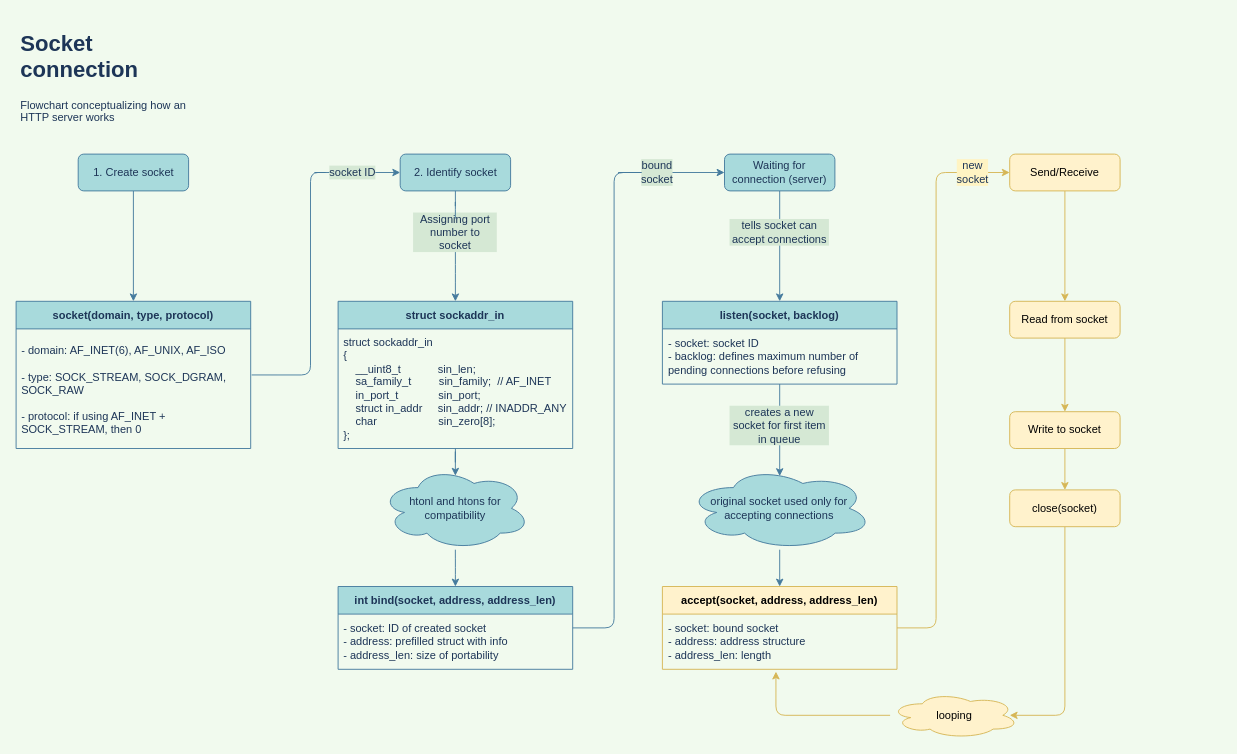
Above: 19_webserv/charts/socket_connection.drawio in nicolasgasco/42_cursus (draw.io), before the change. Source tidied: cells renumbered, new cells numbered last; positions are measured from the earlier drawing's top-left corner, leaving out a move shared by most shapes. Both pictures are drawn from the tidied source at 92%, with x=0, y=0 at pixel (16, 25).
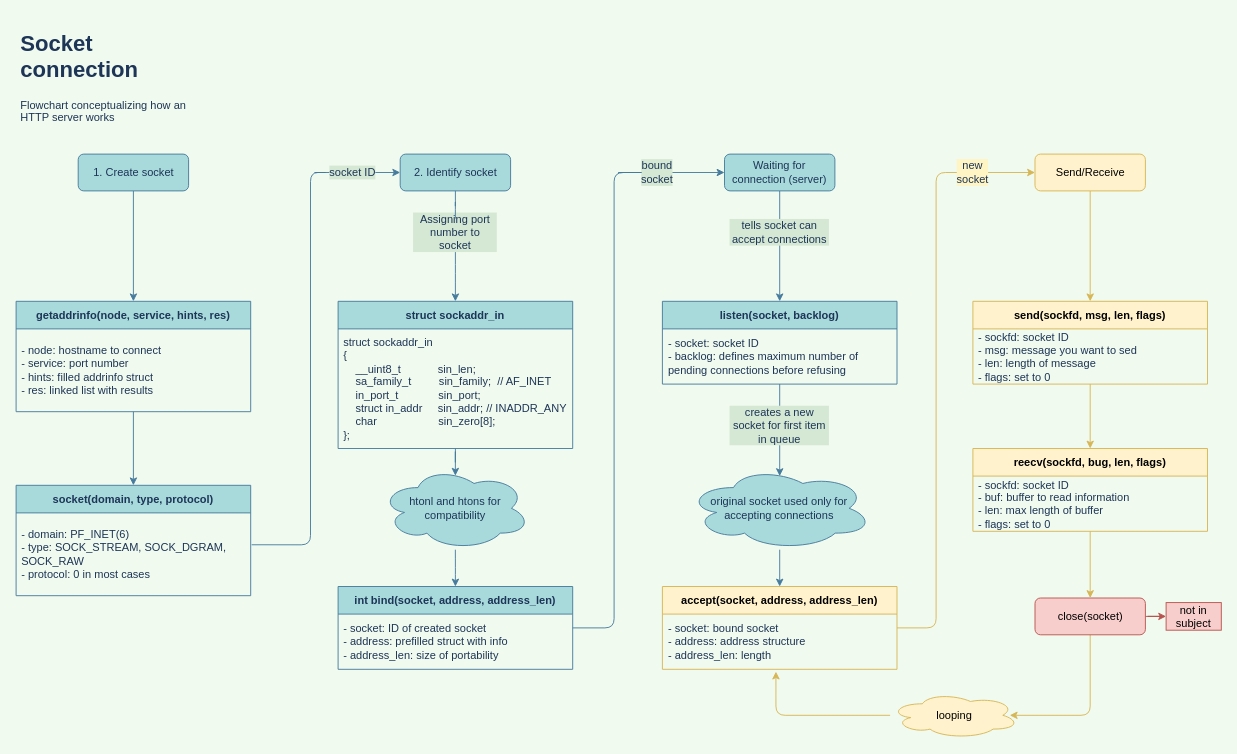
The same diagram, later.

The change refers to these unchanged cells:
```xml
<mxCell id="4" value="1. Create socket" style="rounded=1;whiteSpace=wrap;html=1;fontSize=12;glass=0;strokeWidth=1;shadow=0;fillColor=#A8DADC;strokeColor=#457B9D;fontColor=#1D3557;" parent="1" vertex="1">
  <mxGeometry x="67.5" y="140" width="120" height="40" as="geometry" />
</mxCell>
<mxCell id="39" value="socket ID" style="text;html=1;strokeColor=none;fillColor=none;align=center;verticalAlign=middle;whiteSpace=wrap;rounded=0;sketch=0;fontColor=#1D3557;labelBackgroundColor=#D5E8D4;" parent="1" vertex="1">
  <mxGeometry x="336.2" y="145" width="60" height="30" as="geometry" />
</mxCell>
<mxCell id="47" value="looping" style="ellipse;shape=cloud;whiteSpace=wrap;html=1;rounded=0;sketch=0;strokeColor=#d6b656;fillColor=#fff2cc;" parent="1" vertex="1">
  <mxGeometry x="950" y="725" width="140" height="50" as="geometry" />
</mxCell>
```

The edit, as a diff of the source:
```diff
@@
-    <mxCell id="3" style="edgeStyle=orthogonalEdgeStyle;curved=0;rounded=1;sketch=0;jettySize=auto;html=1;fontColor=#1D3557;strokeColor=#457B9D;fillColor=#A8DADC;" parent="1" edge="1" source="4" target="14">
-      <mxGeometry relative="1" as="geometry" />
-    </mxCell>
+    <mxCell id="48" style="edgeStyle=orthogonalEdgeStyle;rounded=0;jettySize=auto;html=1;entryX=0.5;entryY=0;entryDx=0;entryDy=0;strokeColor=#457B9D;" parent="1" edge="1" source="4" target="59">
+      <mxGeometry relative="1" as="geometry" />
+    </mxCell>
@@
-    <mxCell id="9" style="edgeStyle=orthogonalEdgeStyle;curved=0;rounded=1;sketch=0;jettySize=auto;html=1;entryX=0.5;entryY=0;entryDx=0;entryDy=0;fontColor=#1D3557;strokeColor=#d6b656;fillColor=#fff2cc;" parent="1" edge="1" source="10" target="43">
-      <mxGeometry relative="1" as="geometry" />
-    </mxCell>
+    <mxCell id="49" style="edgeStyle=orthogonalEdgeStyle;rounded=0;jettySize=auto;html=1;fillColor=#fff2cc;strokeColor=#d6b656;" parent="1" edge="1" source="10" target="55">
+      <mxGeometry relative="1" as="geometry" />
+    </mxCell>
     <mxCell id="10" value="Send/Receive" style="rounded=1;whiteSpace=wrap;html=1;fontSize=12;glass=0;strokeWidth=1;shadow=0;fillColor=#fff2cc;strokeColor=#d6b656;" parent="1" vertex="1">
-      <mxGeometry x="1080" y="140" width="120" height="40" as="geometry" />
+      <mxGeometry x="1107.5" y="140" width="120" height="40" as="geometry" />
     </mxCell>
     <mxCell id="11" style="edgeStyle=orthogonalEdgeStyle;curved=0;rounded=1;sketch=0;jettySize=auto;html=1;entryX=0.929;entryY=0.5;entryDx=0;entryDy=0;entryPerimeter=0;fontColor=#000000;strokeColor=#d6b656;fillColor=#fff2cc;" parent="1" edge="1" source="12" target="47">
       <mxGeometry relative="1" as="geometry">
         <Array as="points">
-          <mxPoint x="1140" y="750" />
+          <mxPoint x="1168" y="750" />
         </Array>
       </mxGeometry>
     </mxCell>
+    <mxCell id="50" style="edgeStyle=orthogonalEdgeStyle;rounded=0;jettySize=auto;html=1;entryX=0;entryY=0.5;entryDx=0;entryDy=0;fillColor=#f8cecc;strokeColor=#b85450;" parent="1" edge="1" source="12" target="57">
+      <mxGeometry relative="1" as="geometry" />
+    </mxCell>
-    <mxCell id="12" value="close(socket)" style="rounded=1;whiteSpace=wrap;html=1;fontSize=12;glass=0;strokeWidth=1;shadow=0;fillColor=#fff2cc;strokeColor=#d6b656;" parent="1" vertex="1">
-      <mxGeometry x="1080" y="505" width="120" height="40" as="geometry" />
+    <mxCell id="12" value="close(socket)" style="rounded=1;whiteSpace=wrap;html=1;fontSize=12;glass=0;strokeWidth=1;shadow=0;fillColor=#f8cecc;strokeColor=#b85450;" parent="1" vertex="1">
+      <mxGeometry x="1107.5" y="622.5" width="120" height="40" as="geometry" />
     </mxCell>
@@
     <mxCell id="14" value="socket(domain, type, protocol)" style="swimlane;fontStyle=1;horizontal=1;startSize=30;rounded=0;sketch=0;fontColor=#1D3557;strokeColor=#457B9D;fillColor=#A8DADC;" parent="1" vertex="1">
-      <mxGeometry y="300" width="255" height="160" as="geometry" />
+      <mxGeometry y="500" width="255" height="120" as="geometry" />
     </mxCell>
-    <mxCell id="15" value="&#10;- domain: AF_INET(6), AF_UNIX, AF_ISO&#10;&#10;- type: SOCK_STREAM, SOCK_DGRAM, SOCK_RAW&#10;&#10;- protocol: if using AF_INET + SOCK_STREAM, then 0&#10;" style="text;strokeColor=none;fillColor=none;align=left;verticalAlign=middle;spacingLeft=4;spacingRight=4;overflow=hidden;points=[[0,0.5],[1,0.5]];portConstraint=eastwest;rounded=0;sketch=0;fontColor=#1D3557;fontStyle=0;whiteSpace=wrap;" parent="14" vertex="1">
-      <mxGeometry y="30" width="255" height="130" as="geometry" />
+    <mxCell id="15" value="&#10;- domain: PF_INET(6)&#10;- type: SOCK_STREAM, SOCK_DGRAM, SOCK_RAW&#10;- protocol: 0 in most cases&#10;" style="text;strokeColor=none;fillColor=none;align=left;verticalAlign=middle;spacingLeft=4;spacingRight=4;overflow=hidden;points=[[0,0.5],[1,0.5]];portConstraint=eastwest;rounded=0;sketch=0;fontColor=#1D3557;fontStyle=0;whiteSpace=wrap;" parent="14" vertex="1">
+      <mxGeometry y="30" width="255" height="90" as="geometry" />
     </mxCell>
@@
     <mxCell id="40" style="edgeStyle=orthogonalEdgeStyle;curved=0;rounded=1;sketch=0;jettySize=auto;html=1;entryX=0;entryY=0.5;entryDx=0;entryDy=0;fontColor=#1D3557;strokeColor=#457B9D;fillColor=#A8DADC;startArrow=none;endArrow=none;exitX=1.004;exitY=0.385;exitDx=0;exitDy=0;exitPerimeter=0;" parent="1" edge="1" source="15" target="39">
       <mxGeometry relative="1" as="geometry">
         <Array as="points">
-          <mxPoint x="320" y="380" />
+          <mxPoint x="320" y="565" />
           <mxPoint x="320" y="160" />
         </Array>
       </mxGeometry>
     </mxCell>
@@
-    <mxCell id="42" style="edgeStyle=orthogonalEdgeStyle;curved=0;rounded=1;sketch=0;jettySize=auto;html=1;entryX=0.5;entryY=0;entryDx=0;entryDy=0;fontColor=#1D3557;strokeColor=#d6b656;fillColor=#fff2cc;" parent="1" edge="1" source="43" target="45">
-      <mxGeometry relative="1" as="geometry" />
-    </mxCell>
-    <mxCell id="43" value="Read from socket" style="rounded=1;whiteSpace=wrap;html=1;fontSize=12;glass=0;strokeWidth=1;shadow=0;fillColor=#fff2cc;strokeColor=#d6b656;" parent="1" vertex="1">
-      <mxGeometry x="1080" y="300" width="120" height="40" as="geometry" />
-    </mxCell>
-    <mxCell id="44" style="edgeStyle=orthogonalEdgeStyle;curved=0;rounded=1;sketch=0;jettySize=auto;html=1;entryX=0.5;entryY=0;entryDx=0;entryDy=0;fontColor=#1D3557;strokeColor=#d6b656;fillColor=#fff2cc;" parent="1" edge="1" source="45" target="12">
-      <mxGeometry relative="1" as="geometry" />
-    </mxCell>
-    <mxCell id="45" value="Write to socket" style="rounded=1;whiteSpace=wrap;html=1;fontSize=12;glass=0;strokeWidth=1;shadow=0;fillColor=#fff2cc;strokeColor=#d6b656;" parent="1" vertex="1">
-      <mxGeometry x="1080" y="420" width="120" height="40" as="geometry" />
-    </mxCell>
@@
+    <mxCell id="51" style="edgeStyle=orthogonalEdgeStyle;rounded=0;jettySize=auto;html=1;entryX=0.5;entryY=0;entryDx=0;entryDy=0;fillColor=#fff2cc;strokeColor=#d6b656;" parent="1" edge="1" source="52" target="12">
+      <mxGeometry relative="1" as="geometry" />
+    </mxCell>
+    <mxCell id="52" value="reecv(sockfd, bug, len, flags)" style="swimlane;fontStyle=1;horizontal=1;startSize=30;rounded=0;sketch=0;strokeColor=#d6b656;fillColor=#fff2cc;" parent="1" vertex="1">
+      <mxGeometry x="1040" y="460" width="255" height="90" as="geometry" />
+    </mxCell>
+    <mxCell id="53" value="- sockfd: socket ID&#10;- buf: buffer to read information&#10;- len: max length of buffer&#10;- flags: set to 0" style="text;strokeColor=none;fillColor=none;align=left;verticalAlign=middle;spacingLeft=4;spacingRight=4;overflow=hidden;rounded=0;sketch=0;fontColor=#1D3557;fontStyle=0;whiteSpace=wrap;" parent="52" vertex="1">
+      <mxGeometry y="30" width="255" height="60" as="geometry" />
+    </mxCell>
+    <mxCell id="54" style="edgeStyle=orthogonalEdgeStyle;rounded=0;jettySize=auto;html=1;entryX=0.5;entryY=0;entryDx=0;entryDy=0;fillColor=#fff2cc;strokeColor=#d6b656;" parent="1" edge="1" source="55" target="52">
+      <mxGeometry relative="1" as="geometry" />
+    </mxCell>
+    <mxCell id="55" value="send(sockfd, msg, len, flags)" style="swimlane;fontStyle=1;horizontal=1;startSize=30;rounded=0;sketch=0;strokeColor=#d6b656;fillColor=#fff2cc;" parent="1" vertex="1">
+      <mxGeometry x="1040" y="300" width="255" height="90" as="geometry" />
+    </mxCell>
+    <mxCell id="56" value="- sockfd: socket ID&#10;- msg: message you want to sed&#10;- len: length of message&#10;- flags: set to 0" style="text;strokeColor=none;fillColor=none;align=left;verticalAlign=middle;spacingLeft=4;spacingRight=4;overflow=hidden;rounded=0;sketch=0;fontColor=#1D3557;fontStyle=0;whiteSpace=wrap;" parent="55" vertex="1">
+      <mxGeometry y="30" width="255" height="60" as="geometry" />
+    </mxCell>
+    <mxCell id="57" value="not in subject" style="text;html=1;strokeColor=#b85450;fillColor=#f8cecc;align=center;verticalAlign=middle;whiteSpace=wrap;rounded=0;" parent="1" vertex="1">
+      <mxGeometry x="1250" y="627.5" width="60" height="30" as="geometry" />
+    </mxCell>
+    <mxCell id="58" style="edgeStyle=orthogonalEdgeStyle;rounded=0;jettySize=auto;html=1;strokeColor=#457B9D;" parent="1" edge="1" source="59" target="14">
+      <mxGeometry relative="1" as="geometry" />
+    </mxCell>
+    <mxCell id="59" value="getaddrinfo(node, service, hints, res)" style="swimlane;fontStyle=1;horizontal=1;startSize=30;rounded=0;sketch=0;fontColor=#1D3557;strokeColor=#457B9D;fillColor=#A8DADC;" parent="1" vertex="1">
+      <mxGeometry y="300" width="255" height="120" as="geometry" />
+    </mxCell>
+    <mxCell id="60" value="- node: hostname to connect&#10;- service: port number&#10;- hints: filled addrinfo struct&#10;- res: linked list with results" style="text;strokeColor=none;fillColor=none;align=left;verticalAlign=middle;spacingLeft=4;spacingRight=4;overflow=hidden;rounded=0;sketch=0;fontColor=#1D3557;fontStyle=0;whiteSpace=wrap;" parent="59" vertex="1">
+      <mxGeometry y="30" width="255" height="90" as="geometry" />
+    </mxCell>
```
